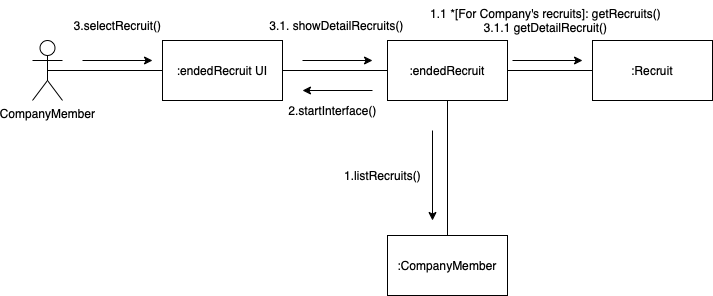
The draw.io diagram 과제2/김형석/communication Diagram/채용마감.drawio.png in dongtimes2/SW_ENG_2023, before a commit. Source tidied: cells renumbered, new cells last; positions are measured from the earlier drawing's top-left corner, leaving out a move shared by most shapes. The source it was exported from:
```xml
<mxGraphModel>
  <root>
    <mxCell id="0" />
    <mxCell id="1" parent="0" />
    <mxCell id="2" value=":endedRecruit UI" style="rounded=0;whiteSpace=wrap;html=1;" parent="1" vertex="1">
      <mxGeometry x="130" y="40" width="120" height="60" as="geometry" />
    </mxCell>
    <mxCell id="3" value=":endedRecruit" style="rounded=0;whiteSpace=wrap;html=1;" parent="1" vertex="1">
      <mxGeometry x="355" y="40" width="120" height="60" as="geometry" />
    </mxCell>
    <mxCell id="4" value="CompanyMember" style="shape=umlActor;verticalLabelPosition=bottom;verticalAlign=top;html=1;outlineConnect=0;" parent="1" vertex="1">
      <mxGeometry y="40" width="30" height="60" as="geometry" />
    </mxCell>
    <mxCell id="5" style="endArrow=classic;html=1;rounded=0;" parent="1" edge="1">
      <mxGeometry relative="1" as="geometry">
        <mxPoint x="340" y="90" as="sourcePoint" />
        <mxPoint x="270" y="90" as="targetPoint" />
      </mxGeometry>
    </mxCell>
    <mxCell id="6" style="endArrow=none;html=1;rounded=0;entryX=0;entryY=0.5;entryDx=0;entryDy=0;exitX=0.5;exitY=0.5;exitDx=0;exitDy=0;exitPerimeter=0;" parent="1" edge="1" source="4" target="2">
      <mxGeometry relative="1" as="geometry" />
    </mxCell>
    <mxCell id="7" style="endArrow=none;html=1;rounded=0;entryX=0;entryY=0.5;entryDx=0;entryDy=0;exitX=1;exitY=0.5;exitDx=0;exitDy=0;" parent="1" edge="1" source="2" target="3">
      <mxGeometry relative="1" as="geometry" />
    </mxCell>
    <mxCell id="8" value=":CompanyMember" style="rounded=0;whiteSpace=wrap;html=1;" parent="1" vertex="1">
      <mxGeometry x="355" y="235" width="120" height="60" as="geometry" />
    </mxCell>
    <mxCell id="9" style="endArrow=none;html=1;rounded=0;entryX=0.5;entryY=0;entryDx=0;entryDy=0;exitX=0.5;exitY=1;exitDx=0;exitDy=0;" parent="1" edge="1" source="3" target="8">
      <mxGeometry relative="1" as="geometry" />
    </mxCell>
    <mxCell id="10" style="endArrow=classic;html=1;rounded=0;" parent="1" edge="1">
      <mxGeometry relative="1" as="geometry">
        <mxPoint x="400" y="130" as="sourcePoint" />
        <mxPoint x="400" y="220" as="targetPoint" />
      </mxGeometry>
    </mxCell>
    <mxCell id="11" style="endArrow=classic;html=1;rounded=0;" parent="1" edge="1">
      <mxGeometry relative="1" as="geometry">
        <mxPoint x="50" y="60" as="sourcePoint" />
        <mxPoint x="120" y="60" as="targetPoint" />
      </mxGeometry>
    </mxCell>
    <mxCell id="12" value="1.listRecruits()" style="text;html=1;align=center;verticalAlign=middle;strokeColor=none;fillColor=none;" parent="1" vertex="1">
      <mxGeometry x="300" y="160" width="100" height="30" as="geometry" />
    </mxCell>
    <mxCell id="13" value="2.startInterface()" style="text;html=1;align=center;verticalAlign=middle;strokeColor=none;fillColor=none;" parent="1" vertex="1">
      <mxGeometry x="245" y="95" width="110" height="30" as="geometry" />
    </mxCell>
    <mxCell id="14" value="3.selectRecruit()" style="text;html=1;align=center;verticalAlign=middle;strokeColor=none;fillColor=none;" parent="1" vertex="1">
      <mxGeometry x="30" y="10" width="110" height="30" as="geometry" />
    </mxCell>
    <mxCell id="15" style="endArrow=classic;html=1;rounded=0;" parent="1" edge="1">
      <mxGeometry relative="1" as="geometry">
        <mxPoint x="270" y="60" as="sourcePoint" />
        <mxPoint x="340" y="60" as="targetPoint" />
      </mxGeometry>
    </mxCell>
    <mxCell id="16" value=":Recruit" style="rounded=0;whiteSpace=wrap;html=1;" parent="1" vertex="1">
      <mxGeometry x="560" y="40" width="120" height="60" as="geometry" />
    </mxCell>
    <mxCell id="17" style="endArrow=none;html=1;rounded=0;entryX=0;entryY=0.5;entryDx=0;entryDy=0;exitX=1;exitY=0.5;exitDx=0;exitDy=0;" parent="1" edge="1" source="3" target="16">
      <mxGeometry relative="1" as="geometry" />
    </mxCell>
    <mxCell id="18" value="3.1. showDetailRecruits()" style="text;html=1;align=center;verticalAlign=middle;strokeColor=none;fillColor=none;" parent="1" vertex="1">
      <mxGeometry x="224" y="10" width="160" height="30" as="geometry" />
    </mxCell>
    <mxCell id="19" style="endArrow=classic;html=1;rounded=0;" parent="1" edge="1">
      <mxGeometry relative="1" as="geometry">
        <mxPoint x="480" y="60" as="sourcePoint" />
        <mxPoint x="550" y="60" as="targetPoint" />
      </mxGeometry>
    </mxCell>
    <mxCell id="20" value="1.1 *[For Company's recruits]: getRecruits()&lt;br&gt;3.1.1 getDetailRecruit()" style="text;html=1;align=center;verticalAlign=middle;strokeColor=none;fillColor=none;" parent="1" vertex="1">
      <mxGeometry x="388" width="250" height="40" as="geometry" />
    </mxCell>
  </root>
</mxGraphModel>
```
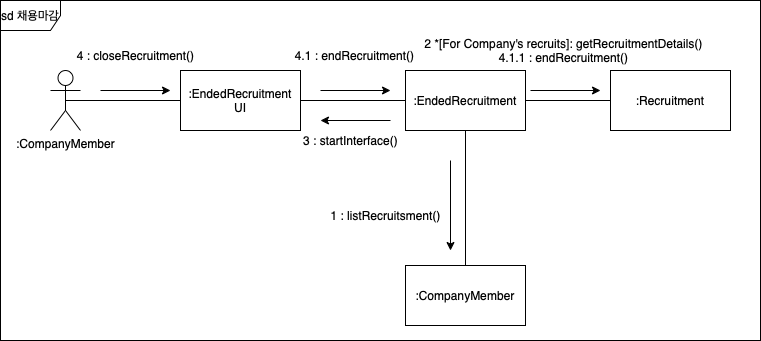
The same diagram one commit later.

Diff of the diagram source:
```diff
@@ -2,13 +2,13 @@
   <root>
     <mxCell id="0" />
     <mxCell id="1" parent="0" />
-    <mxCell id="2" value=":endedRecruit UI" style="rounded=0;whiteSpace=wrap;html=1;" parent="1" vertex="1">
+    <mxCell id="2" value=":EndedRecruitment UI" style="rounded=0;whiteSpace=wrap;html=1;" parent="1" vertex="1">
       <mxGeometry x="130" y="40" width="120" height="60" as="geometry" />
     </mxCell>
-    <mxCell id="3" value=":endedRecruit" style="rounded=0;whiteSpace=wrap;html=1;" parent="1" vertex="1">
+    <mxCell id="3" value=":EndedRecruitment" style="rounded=0;whiteSpace=wrap;html=1;" parent="1" vertex="1">
       <mxGeometry x="355" y="40" width="120" height="60" as="geometry" />
     </mxCell>
-    <mxCell id="4" value="CompanyMember" style="shape=umlActor;verticalLabelPosition=bottom;verticalAlign=top;html=1;outlineConnect=0;" parent="1" vertex="1">
+    <mxCell id="4" value=":CompanyMember" style="shape=umlActor;verticalLabelPosition=bottom;verticalAlign=top;html=1;outlineConnect=0;" parent="1" vertex="1">
       <mxGeometry y="40" width="30" height="60" as="geometry" />
     </mxCell>
     <mxCell id="5" style="endArrow=classic;html=1;rounded=0;" parent="1" edge="1">
@@ -41,14 +41,14 @@
         <mxPoint x="120" y="60" as="targetPoint" />
       </mxGeometry>
     </mxCell>
-    <mxCell id="12" value="1.listRecruits()" style="text;html=1;align=center;verticalAlign=middle;strokeColor=none;fillColor=none;" parent="1" vertex="1">
-      <mxGeometry x="300" y="160" width="100" height="30" as="geometry" />
+    <mxCell id="12" value="1 : listRecruitsment()" style="text;html=1;align=center;verticalAlign=middle;strokeColor=none;fillColor=none;" parent="1" vertex="1">
+      <mxGeometry x="270" y="170" width="130" height="30" as="geometry" />
     </mxCell>
-    <mxCell id="13" value="2.startInterface()" style="text;html=1;align=center;verticalAlign=middle;strokeColor=none;fillColor=none;" parent="1" vertex="1">
-      <mxGeometry x="245" y="95" width="110" height="30" as="geometry" />
+    <mxCell id="13" value="3 : startInterface()" style="text;html=1;align=center;verticalAlign=middle;strokeColor=none;fillColor=none;" parent="1" vertex="1">
+      <mxGeometry x="240" y="95" width="120" height="30" as="geometry" />
     </mxCell>
-    <mxCell id="14" value="3.selectRecruit()" style="text;html=1;align=center;verticalAlign=middle;strokeColor=none;fillColor=none;" parent="1" vertex="1">
-      <mxGeometry x="30" y="10" width="110" height="30" as="geometry" />
+    <mxCell id="14" value="4 : closeRecruitment()" style="text;html=1;align=center;verticalAlign=middle;strokeColor=none;fillColor=none;" parent="1" vertex="1">
+      <mxGeometry x="15" y="10" width="140" height="30" as="geometry" />
     </mxCell>
     <mxCell id="15" style="endArrow=classic;html=1;rounded=0;" parent="1" edge="1">
       <mxGeometry relative="1" as="geometry">
@@ -56,14 +56,14 @@
         <mxPoint x="340" y="60" as="targetPoint" />
       </mxGeometry>
     </mxCell>
-    <mxCell id="16" value=":Recruit" style="rounded=0;whiteSpace=wrap;html=1;" parent="1" vertex="1">
+    <mxCell id="16" value=":Recruitment" style="rounded=0;whiteSpace=wrap;html=1;" parent="1" vertex="1">
       <mxGeometry x="560" y="40" width="120" height="60" as="geometry" />
     </mxCell>
     <mxCell id="17" style="endArrow=none;html=1;rounded=0;entryX=0;entryY=0.5;entryDx=0;entryDy=0;exitX=1;exitY=0.5;exitDx=0;exitDy=0;" parent="1" edge="1" source="3" target="16">
       <mxGeometry relative="1" as="geometry" />
     </mxCell>
-    <mxCell id="18" value="3.1. showDetailRecruits()" style="text;html=1;align=center;verticalAlign=middle;strokeColor=none;fillColor=none;" parent="1" vertex="1">
-      <mxGeometry x="224" y="10" width="160" height="30" as="geometry" />
+    <mxCell id="18" value="4.1 : endRecruitment()" style="text;html=1;align=center;verticalAlign=middle;strokeColor=none;fillColor=none;" parent="1" vertex="1">
+      <mxGeometry x="234" y="10" width="140" height="30" as="geometry" />
     </mxCell>
     <mxCell id="19" style="endArrow=classic;html=1;rounded=0;" parent="1" edge="1">
       <mxGeometry relative="1" as="geometry">
@@ -71,8 +71,11 @@
         <mxPoint x="550" y="60" as="targetPoint" />
       </mxGeometry>
     </mxCell>
-    <mxCell id="20" value="1.1 *[For Company's recruits]: getRecruits()&lt;br&gt;3.1.1 getDetailRecruit()" style="text;html=1;align=center;verticalAlign=middle;strokeColor=none;fillColor=none;" parent="1" vertex="1">
-      <mxGeometry x="388" width="250" height="40" as="geometry" />
+    <mxCell id="20" value="2 *[For Company's recruits]: getRecruitmentDetails()&lt;br&gt;4.1.1 : endRecruitment()" style="text;html=1;align=center;verticalAlign=middle;strokeColor=none;fillColor=none;" parent="1" vertex="1">
+      <mxGeometry x="363" width="300" height="40" as="geometry" />
     </mxCell>
+    <mxCell id="21" value="sd 채용마감" style="shape=umlFrame;whiteSpace=wrap;html=1;" parent="1" vertex="1">
+      <mxGeometry x="-50" y="-30" width="760" height="340" as="geometry" />
+    </mxCell>
   </root>
 </mxGraphModel>
```
